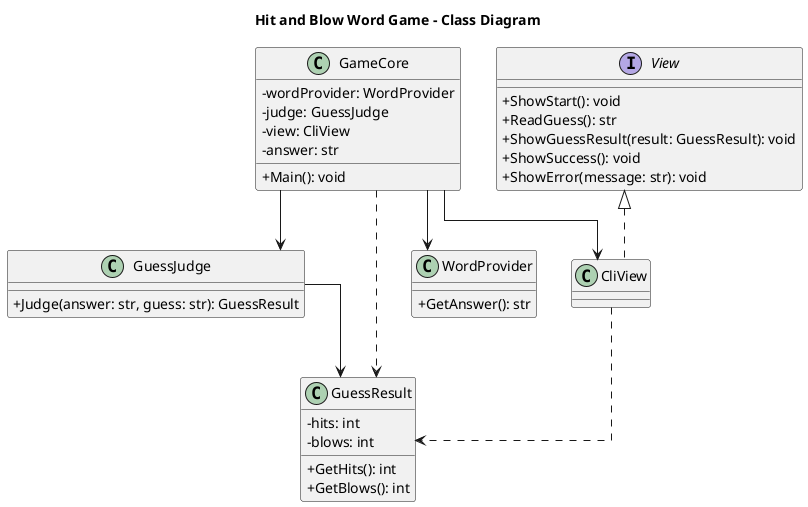
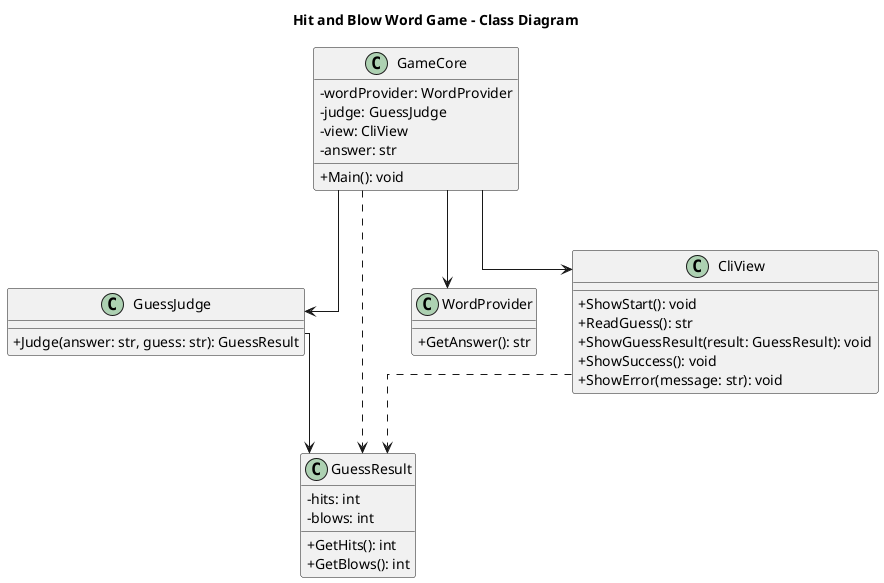
@startuml HitAndBlowClassDiagram
title Hit and Blow Word Game - Class Diagram

skinparam classAttributeIconSize 0
skinparam linetype ortho

class GameCore {
  -wordProvider: WordProvider
  -judge: GuessJudge
  -view: CliView
  -answer: str
  +Main(): void
}

class GuessJudge {
  +Judge(answer: str, guess: str): GuessResult
}

class GuessResult {
  -hits: int
  -blows: int
  +GetHits(): int
  +GetBlows(): int
}

class WordProvider {
  +GetAnswer(): str
}

- Interface View {
+ class CliView {
  +ShowStart(): void
  +ReadGuess(): str
  +ShowGuessResult(result: GuessResult): void
  +ShowSuccess(): void
  +ShowError(message: str): void
}

- class CliView {}
- 

GameCore --> WordProvider
GameCore --> GuessJudge
GameCore --> CliView
GameCore ..> GuessResult

- View <|.. CliView
GuessJudge --> GuessResult
CliView ..> GuessResult

@enduml
